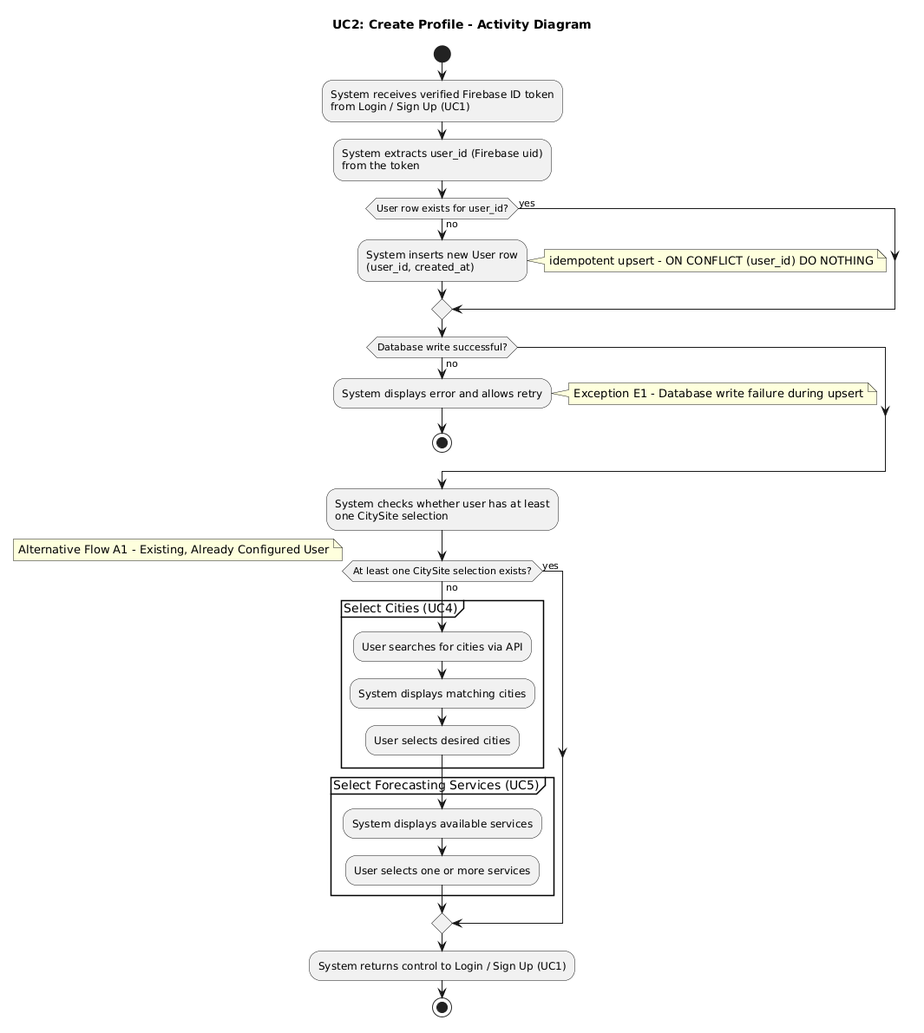
ManosMorf97/Weather-Forecasts-AI-Remastered keeps this PlantUML diagram as requirements/activity_diagrams/UC2_Create_Profile.png. Above is the earlier version.
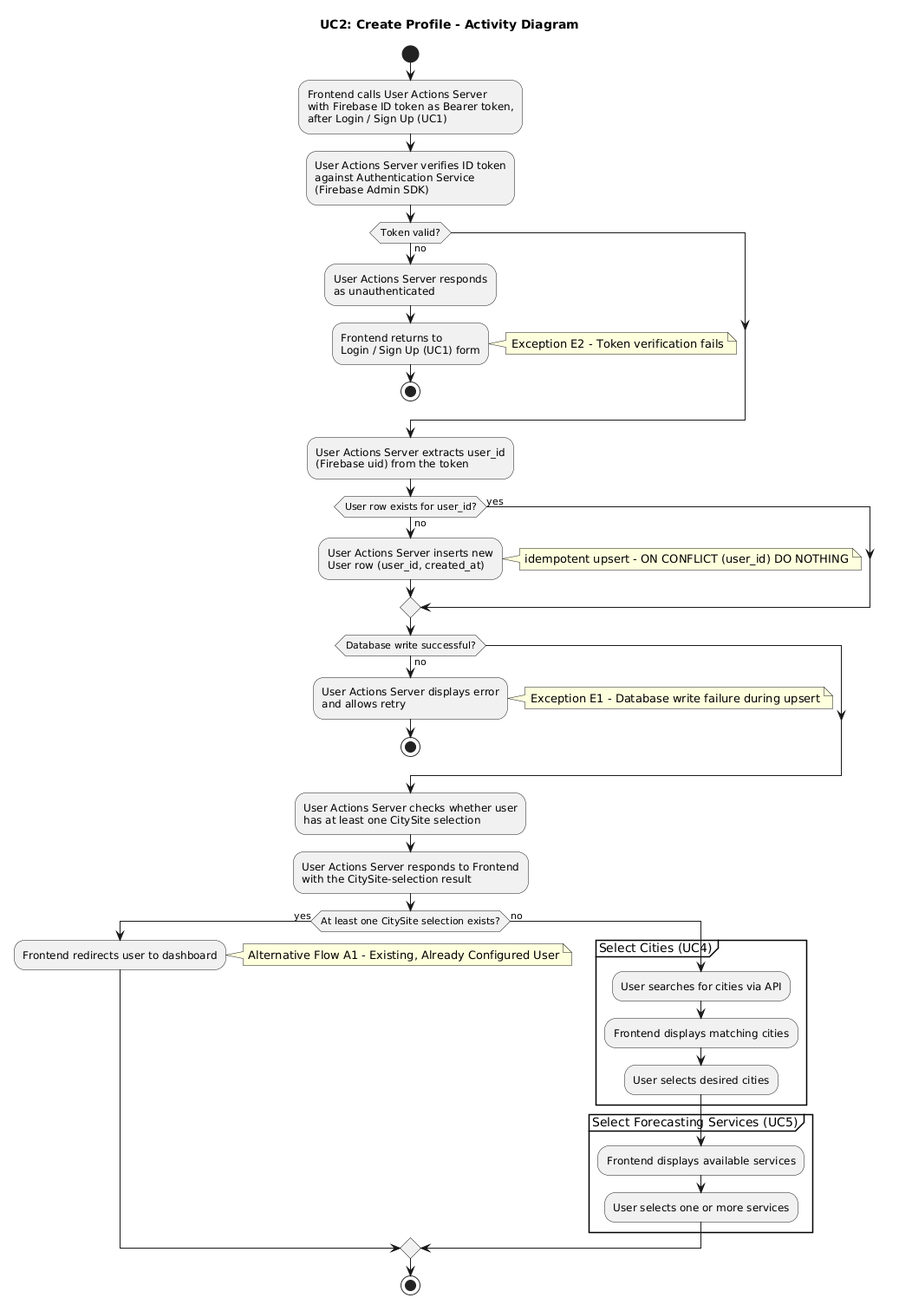
After the commit.

Diff of the diagram source:
```diff
@@ -2,42 +2,61 @@
 title UC2: Create Profile - Activity Diagram
 
 start
-:System receives verified Firebase ID token
-from Login / Sign Up (UC1);
-:System extracts user_id (Firebase uid)
-from the token;
+:Frontend calls User Actions Server
+with Firebase ID token as Bearer token,
+after Login / Sign Up (UC1);
+
+:User Actions Server verifies ID token
+against Authentication Service
+(Firebase Admin SDK);
+
+if (Token valid?) then (no)
+  :User Actions Server responds
+  as unauthenticated;
+  :Frontend returns to
+  Login / Sign Up (UC1) form;
+  note right: Exception E2 - Token verification fails
+  stop
+endif
+
+:User Actions Server extracts user_id
+(Firebase uid) from the token;
 
 if (User row exists for user_id?) then (yes)
 else (no)
-  :System inserts new User row
-  (user_id, created_at);
+  :User Actions Server inserts new
+  User row (user_id, created_at);
   note right: idempotent upsert - ON CONFLICT (user_id) DO NOTHING
 endif
 
 if (Database write successful?) then (no)
-  :System displays error and allows retry;
+  :User Actions Server displays error
+  and allows retry;
   note right: Exception E1 - Database write failure during upsert
   stop
 endif
 
-:System checks whether user has at least
-one CitySite selection;
+:User Actions Server checks whether user
+has at least one CitySite selection;
+
+:User Actions Server responds to Frontend
+with the CitySite-selection result;
 
 if (At least one CitySite selection exists?) then (yes)
+  :Frontend redirects user to dashboard;
   note right: Alternative Flow A1 - Existing, Already Configured User
 else (no)
   partition "Select Cities (UC4)" {
     :User searches for cities via API;
-    :System displays matching cities;
+    :Frontend displays matching cities;
     :User selects desired cities;
   }
 
   partition "Select Forecasting Services (UC5)" {
-    :System displays available services;
+    :Frontend displays available services;
     :User selects one or more services;
   }
 endif
 
-:System returns control to Login / Sign Up (UC1);
 stop
 @enduml
```
